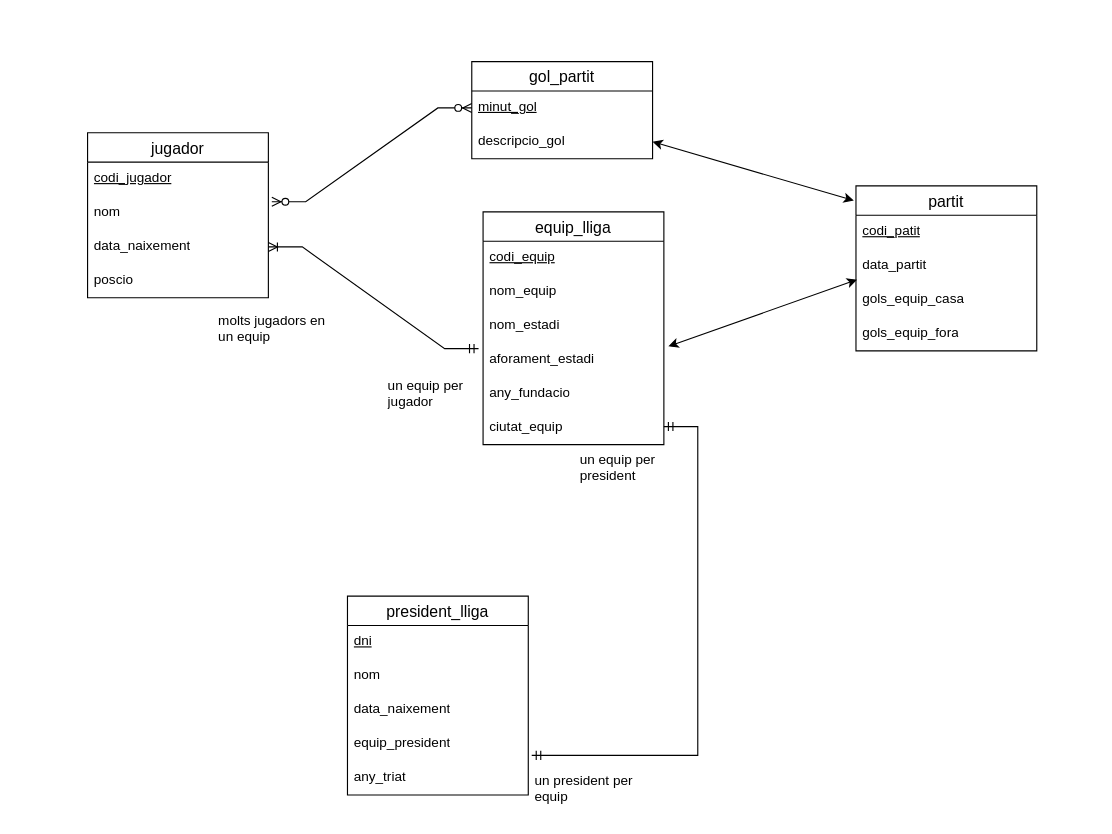
Earlier version of the draw.io diagram M02_RA2_PT1(1).drawio (victor06-git/Progam_with_Victor). Source tidied: cells renumbered, new cells numbered last; positions are measured from the earlier drawing's top-left corner, leaving out a move shared by most shapes. Both pictures are drawn from the tidied source at 113%, with x=0, y=0 at pixel (87, 61).
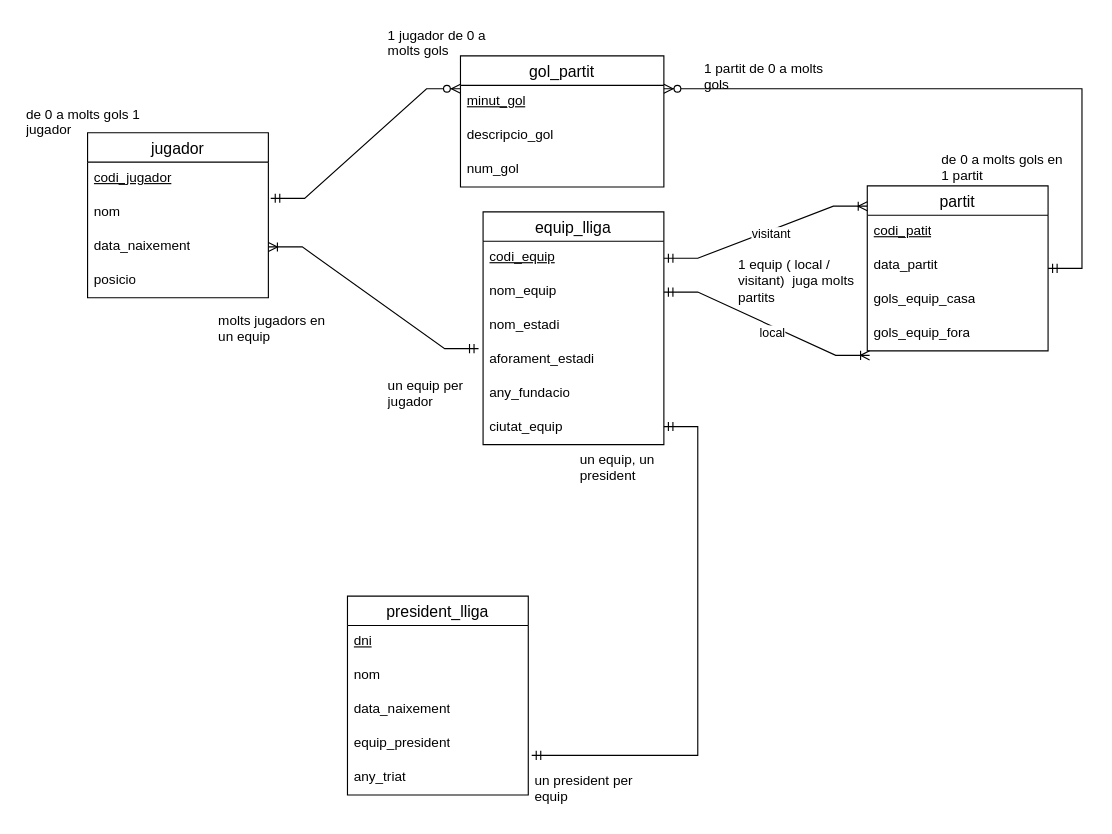
Above is the later version.

Unchanged cells that the change refers to:
```xml
<mxCell id="2" value="jugador" style="swimlane;fontStyle=0;horizontal=1;startSize=26;align=center;fontSize=14;" parent="1" vertex="1">
  <mxGeometry y="63" width="160" height="146" as="geometry" />
</mxCell>
<mxCell id="3" value="&lt;u&gt;codi_jugador&lt;/u&gt;" style="text;strokeColor=none;fillColor=none;spacingLeft=4;spacingRight=4;overflow=hidden;points=[[0,0.5],[1,0.5]];portConstraint=eastwest;fontSize=12;whiteSpace=wrap;html=1;" parent="2" vertex="1">
  <mxGeometry y="26" width="160" height="30" as="geometry" />
</mxCell>
<mxCell id="4" value="nom" style="text;strokeColor=none;fillColor=none;spacingLeft=4;spacingRight=4;overflow=hidden;points=[[0,0.5],[1,0.5]];portConstraint=eastwest;fontSize=12;whiteSpace=wrap;html=1;" parent="2" vertex="1">
  <mxGeometry y="56" width="160" height="30" as="geometry" />
</mxCell>
<mxCell id="8" value="&lt;u&gt;codi_equip&lt;/u&gt;" style="text;strokeColor=none;fillColor=none;spacingLeft=4;spacingRight=4;overflow=hidden;points=[[0,0.5],[1,0.5]];portConstraint=eastwest;fontSize=12;whiteSpace=wrap;html=1;" parent="7" vertex="1">
  <mxGeometry y="26" width="160" height="30" as="geometry" />
</mxCell>
<mxCell id="9" value="nom_equip" style="text;strokeColor=none;fillColor=none;spacingLeft=4;spacingRight=4;overflow=hidden;points=[[0,0.5],[1,0.5]];portConstraint=eastwest;fontSize=12;whiteSpace=wrap;html=1;" parent="7" vertex="1">
  <mxGeometry y="56" width="160" height="30" as="geometry" />
</mxCell>
<mxCell id="11" value="aforament_estadi" style="text;strokeColor=none;fillColor=none;spacingLeft=4;spacingRight=4;overflow=hidden;points=[[0,0.5],[1,0.5]];portConstraint=eastwest;fontSize=12;whiteSpace=wrap;html=1;" parent="7" vertex="1">
  <mxGeometry y="116" width="160" height="30" as="geometry" />
</mxCell>
<mxCell id="16" value="data_partit" style="text;strokeColor=none;fillColor=none;spacingLeft=4;spacingRight=4;overflow=hidden;points=[[0,0.5],[1,0.5]];portConstraint=eastwest;fontSize=12;whiteSpace=wrap;html=1;" parent="14" vertex="1">
  <mxGeometry y="56" width="160" height="30" as="geometry" />
</mxCell>
<mxCell id="18" value="gols_equip_fora" style="text;strokeColor=none;fillColor=none;spacingLeft=4;spacingRight=4;overflow=hidden;points=[[0,0.5],[1,0.5]];portConstraint=eastwest;fontSize=12;whiteSpace=wrap;html=1;" parent="14" vertex="1">
  <mxGeometry y="116" width="160" height="30" as="geometry" />
</mxCell>
```

The edit, as a diff of the source:
```diff
@@
-    <mxCell id="6" value="poscio" style="text;strokeColor=none;fillColor=none;spacingLeft=4;spacingRight=4;overflow=hidden;fontSize=12;whiteSpace=wrap;html=1;" parent="2" vertex="1">
+    <mxCell id="6" value="posicio" style="text;strokeColor=none;fillColor=none;spacingLeft=4;spacingRight=4;overflow=hidden;fontSize=12;whiteSpace=wrap;html=1;" parent="2" vertex="1">
       <mxGeometry y="116" width="160" height="30" as="geometry" />
     </mxCell>
@@
     <mxCell id="14" value="partit" style="swimlane;fontStyle=0;horizontal=1;startSize=26;align=center;fontSize=14;" parent="1" vertex="1">
-      <mxGeometry x="680" y="110" width="160" height="146" as="geometry" />
+      <mxGeometry x="690" y="110" width="160" height="146" as="geometry" />
     </mxCell>
@@
     <mxCell id="19" value="gol_partit" style="swimlane;fontStyle=0;horizontal=1;startSize=26;align=center;fontSize=14;" parent="1" vertex="1">
-      <mxGeometry x="340" width="160" height="86" as="geometry" />
+      <mxGeometry x="330" y="-5" width="180" height="116" as="geometry" />
     </mxCell>
     <mxCell id="20" value="&lt;u&gt;minut_gol&lt;/u&gt;" style="text;strokeColor=none;fillColor=none;spacingLeft=4;spacingRight=4;overflow=hidden;points=[[0,0.5],[1,0.5]];portConstraint=eastwest;fontSize=12;whiteSpace=wrap;html=1;" parent="19" vertex="1">
-      <mxGeometry y="26" width="160" height="30" as="geometry" />
+      <mxGeometry y="26" width="180" height="30" as="geometry" />
     </mxCell>
     <mxCell id="21" value="descripcio_gol" style="text;strokeColor=none;fillColor=none;spacingLeft=4;spacingRight=4;overflow=hidden;points=[[0,0.5],[1,0.5]];portConstraint=eastwest;fontSize=12;whiteSpace=wrap;html=1;" parent="19" vertex="1">
-      <mxGeometry y="56" width="160" height="30" as="geometry" />
+      <mxGeometry y="56" width="180" height="30" as="geometry" />
     </mxCell>
+    <mxCell id="37" value="num_gol" style="text;strokeColor=none;fillColor=none;spacingLeft=4;spacingRight=4;overflow=hidden;fontSize=12;whiteSpace=wrap;html=1;" parent="19" vertex="1">
+      <mxGeometry y="86" width="180" height="30" as="geometry" />
+    </mxCell>
@@
-    <mxCell id="32" style="edgeStyle=entityRelationEdgeStyle;fontSize=12;html=1;endArrow=ERzeroToMany;endFill=1;startArrow=ERzeroToMany;rounded=0;exitX=1.019;exitY=1.167;exitDx=0;exitDy=0;exitPerimeter=0;entryX=0;entryY=0.5;entryDx=0;entryDy=0;" parent="1" edge="1" source="3" target="20">
-      <mxGeometry relative="1" as="geometry" />
-    </mxCell>
@@
-    <mxCell id="34" value="un equip per president" style="text;strokeColor=none;fillColor=none;spacingLeft=4;spacingRight=4;overflow=hidden;fontSize=12;whiteSpace=wrap;html=1;" parent="1" vertex="1">
+    <mxCell id="34" value="un equip, un president" style="text;strokeColor=none;fillColor=none;spacingLeft=4;spacingRight=4;overflow=hidden;fontSize=12;whiteSpace=wrap;html=1;" parent="1" vertex="1">
       <mxGeometry x="430" y="339" width="120" height="40" as="geometry" />
     </mxCell>
-    <mxCell id="35" style="endArrow=classic;startArrow=classic;html=1;rounded=0;exitX=1.025;exitY=0.1;exitDx=0;exitDy=0;exitPerimeter=0;entryX=0.006;entryY=0.9;entryDx=0;entryDy=0;entryPerimeter=0;" parent="1" edge="1" source="11" target="16">
-      <mxGeometry relative="1" as="geometry" />
-    </mxCell>
-    <mxCell id="36" style="endArrow=classic;startArrow=classic;html=1;rounded=0;exitX=1;exitY=0.5;exitDx=0;exitDy=0;entryX=-0.012;entryY=0.089;entryDx=0;entryDy=0;entryPerimeter=0;" parent="1" edge="1" source="21" target="14">
-      <mxGeometry relative="1" as="geometry" />
-    </mxCell>
+    <mxCell id="38" style="edgeStyle=entityRelationEdgeStyle;fontSize=12;html=1;endArrow=ERzeroToMany;startArrow=ERmandOne;rounded=0;exitX=1.013;exitY=0.067;exitDx=0;exitDy=0;exitPerimeter=0;entryX=0;entryY=0.25;entryDx=0;entryDy=0;" parent="1" edge="1" source="4" target="19">
+      <mxGeometry relative="1" as="geometry" />
+    </mxCell>
+    <mxCell id="39" style="edgeStyle=entityRelationEdgeStyle;fontSize=12;html=1;endArrow=ERoneToMany;startArrow=ERmandOne;rounded=0;entryX=0;entryY=0.123;entryDx=0;entryDy=0;entryPerimeter=0;" parent="1" edge="1" source="8" target="14">
+      <mxGeometry relative="1" as="geometry" />
+    </mxCell>
+    <mxCell id="40" value="visitant" style="edgeLabel;html=1;align=center;verticalAlign=middle;" parent="39" vertex="1">
+      <mxGeometry x="0.05" y="-3" relative="1" as="geometry">
+        <mxPoint x="-1" as="offset" />
+      </mxGeometry>
+    </mxCell>
+    <mxCell id="41" style="edgeStyle=entityRelationEdgeStyle;fontSize=12;html=1;endArrow=ERoneToMany;startArrow=ERmandOne;rounded=0;entryX=0.013;entryY=1.133;entryDx=0;entryDy=0;entryPerimeter=0;" parent="1" edge="1" source="9" target="18">
+      <mxGeometry relative="1" as="geometry" />
+    </mxCell>
+    <mxCell id="42" value="local" style="edgeLabel;html=1;align=center;verticalAlign=middle;" parent="41" vertex="1">
+      <mxGeometry x="0.07" y="-5" relative="1" as="geometry" />
+    </mxCell>
+    <mxCell id="43" value="1 equip ( local / visitant)&amp;nbsp; juga molts partits" style="text;strokeColor=none;fillColor=none;spacingLeft=4;spacingRight=4;overflow=hidden;fontSize=12;whiteSpace=wrap;html=1;" parent="1" vertex="1">
+      <mxGeometry x="570" y="166" width="120" height="50" as="geometry" />
+    </mxCell>
+    <mxCell id="44" style="edgeStyle=entityRelationEdgeStyle;fontSize=12;html=1;endArrow=ERzeroToMany;startArrow=ERmandOne;rounded=0;entryX=1;entryY=0.25;entryDx=0;entryDy=0;" parent="1" edge="1" target="19">
+      <mxGeometry relative="1" as="geometry">
+        <mxPoint x="850" y="183" as="sourcePoint" />
+        <Array as="points">
+          <mxPoint x="720" y="33" />
+          <mxPoint x="730" y="-7" />
+        </Array>
+      </mxGeometry>
+    </mxCell>
+    <mxCell id="45" value="1 partit de 0 a molts gols" style="text;strokeColor=none;fillColor=none;spacingLeft=4;spacingRight=4;overflow=hidden;fontSize=12;whiteSpace=wrap;html=1;" parent="1" vertex="1">
+      <mxGeometry x="540" y="-7" width="120" height="50" as="geometry" />
+    </mxCell>
+    <mxCell id="46" value="de 0 a molts gols en 1 partit" style="text;strokeColor=none;fillColor=none;spacingLeft=4;spacingRight=4;overflow=hidden;fontSize=12;whiteSpace=wrap;html=1;" parent="1" vertex="1">
+      <mxGeometry x="750" y="73" width="120" height="50" as="geometry" />
+    </mxCell>
+    <mxCell id="47" value="1 jugador de 0 a molts gols" style="text;strokeColor=none;fillColor=none;spacingLeft=4;spacingRight=4;overflow=hidden;fontSize=12;whiteSpace=wrap;html=1;" parent="1" vertex="1">
+      <mxGeometry x="260" y="-37" width="120" height="40" as="geometry" />
+    </mxCell>
+    <mxCell id="48" value="de 0 a molts gols 1 jugador" style="text;strokeColor=none;fillColor=none;spacingLeft=4;spacingRight=4;overflow=hidden;fontSize=12;whiteSpace=wrap;html=1;" parent="1" vertex="1">
+      <mxGeometry x="-60" y="33" width="120" height="40" as="geometry" />
+    </mxCell>
```
